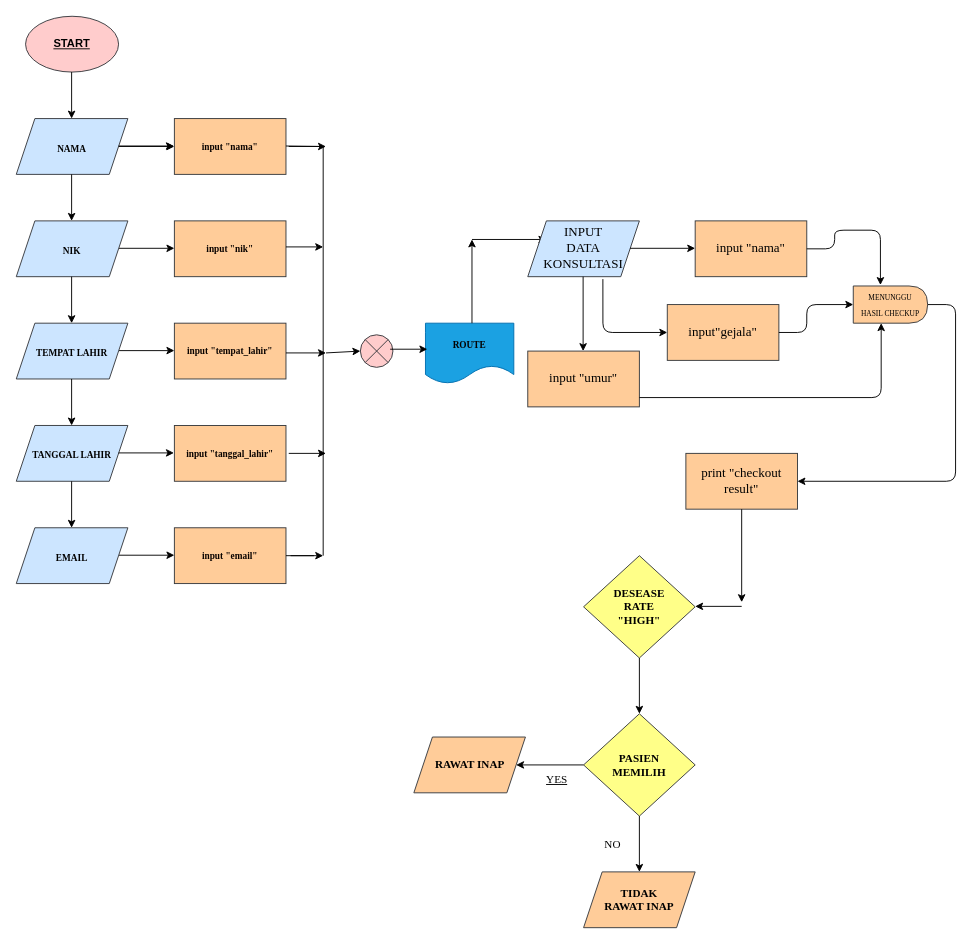
The draw.io diagram flowchart-hospital_admission.drawio in CarlosAprillio2002/carlos_aprillio-hospital_admission, before the edit. Source tidied: cells renumbered, new cells numbered last; positions are measured from the earlier drawing's top-left corner, leaving out a move shared by most shapes. Both pictures are drawn from the tidied source at 93%, with x=0, y=0 at pixel (16, 16).
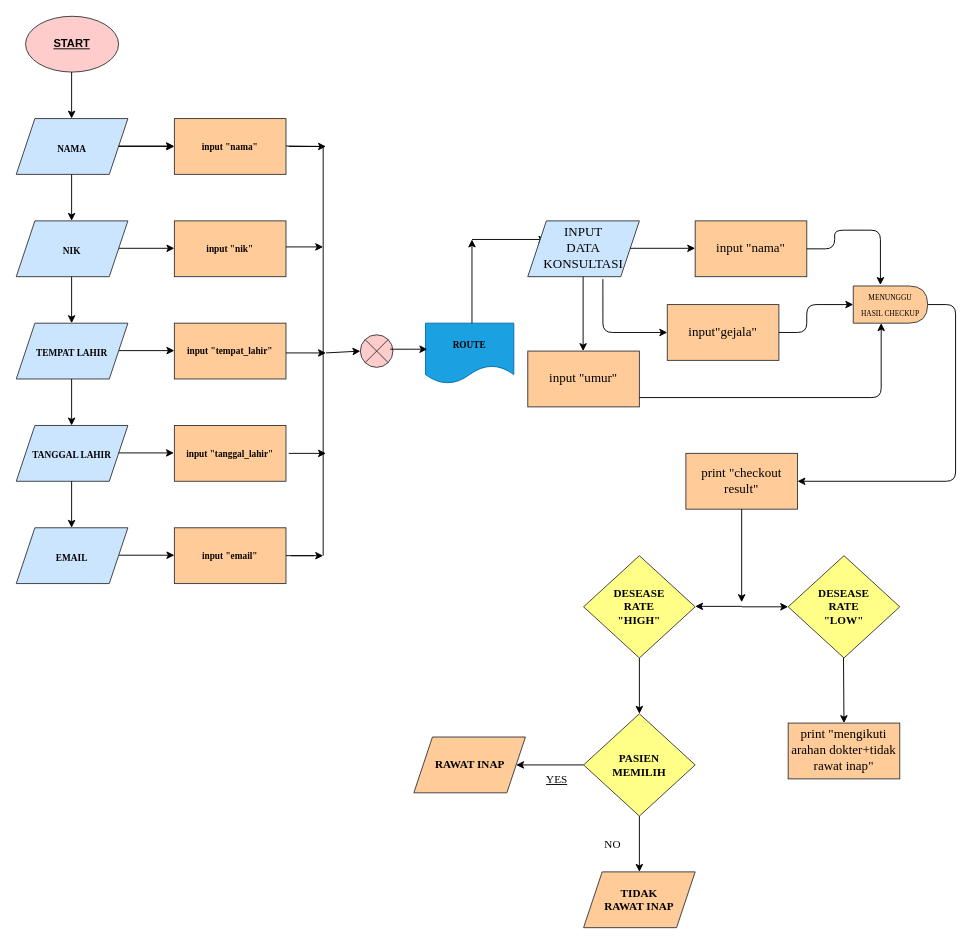
The same page after the edit.

Commit message:
Pasien kondisi LOW tidak rawat inap+mengikuti saran dokter

The edit, as a diff of the source:
```diff
@@
+    <mxCell id="62" value="&lt;font color=&quot;#000000&quot;&gt;&lt;b&gt;&lt;font style=&quot;font-size: 12px&quot;&gt;DESEASE&lt;br&gt;RATE&lt;br&gt;&quot;LOW&quot;&lt;/font&gt;&lt;br&gt;&lt;/b&gt;&lt;/font&gt;" style="rhombus;whiteSpace=wrap;html=1;shadow=0;sketch=0;fontFamily=Times New Roman;fontSize=8;strokeColor=#36393d;fillColor=#ffff88;" parent="1" vertex="1">
+      <mxGeometry x="830" y="580" width="120" height="110" as="geometry" />
+    </mxCell>
+    <mxCell id="63" style="endArrow=classic;html=1;labelBackgroundColor=default;fontFamily=Times New Roman;fontSize=8;fontColor=#000000;strokeColor=#000000;" parent="1" edge="1">
+      <mxGeometry relative="1" as="geometry">
+        <mxPoint x="780" y="635" as="sourcePoint" />
+        <mxPoint x="830" y="635" as="targetPoint" />
+      </mxGeometry>
+    </mxCell>
+    <mxCell id="64" value="&lt;font color=&quot;#000000&quot;&gt;print &quot;mengikuti arahan dokter+tidak rawat inap&quot;&lt;/font&gt;" style="rounded=0;whiteSpace=wrap;html=1;shadow=0;sketch=0;fontFamily=Times New Roman;fontSize=14;strokeColor=#36393d;fillColor=#ffcc99;" parent="1" vertex="1">
+      <mxGeometry x="830" y="760" width="120" height="60" as="geometry" />
+    </mxCell>
+    <mxCell id="65" style="endArrow=classic;html=1;labelBackgroundColor=default;fontFamily=Times New Roman;fontSize=8;fontColor=#000000;strokeColor=#000000;exitX=0.5;exitY=1;exitDx=0;exitDy=0;" parent="1" edge="1">
+      <mxGeometry relative="1" as="geometry">
+        <mxPoint x="889.5" y="690" as="sourcePoint" />
+        <mxPoint x="890" y="760" as="targetPoint" />
+      </mxGeometry>
+    </mxCell>
```
